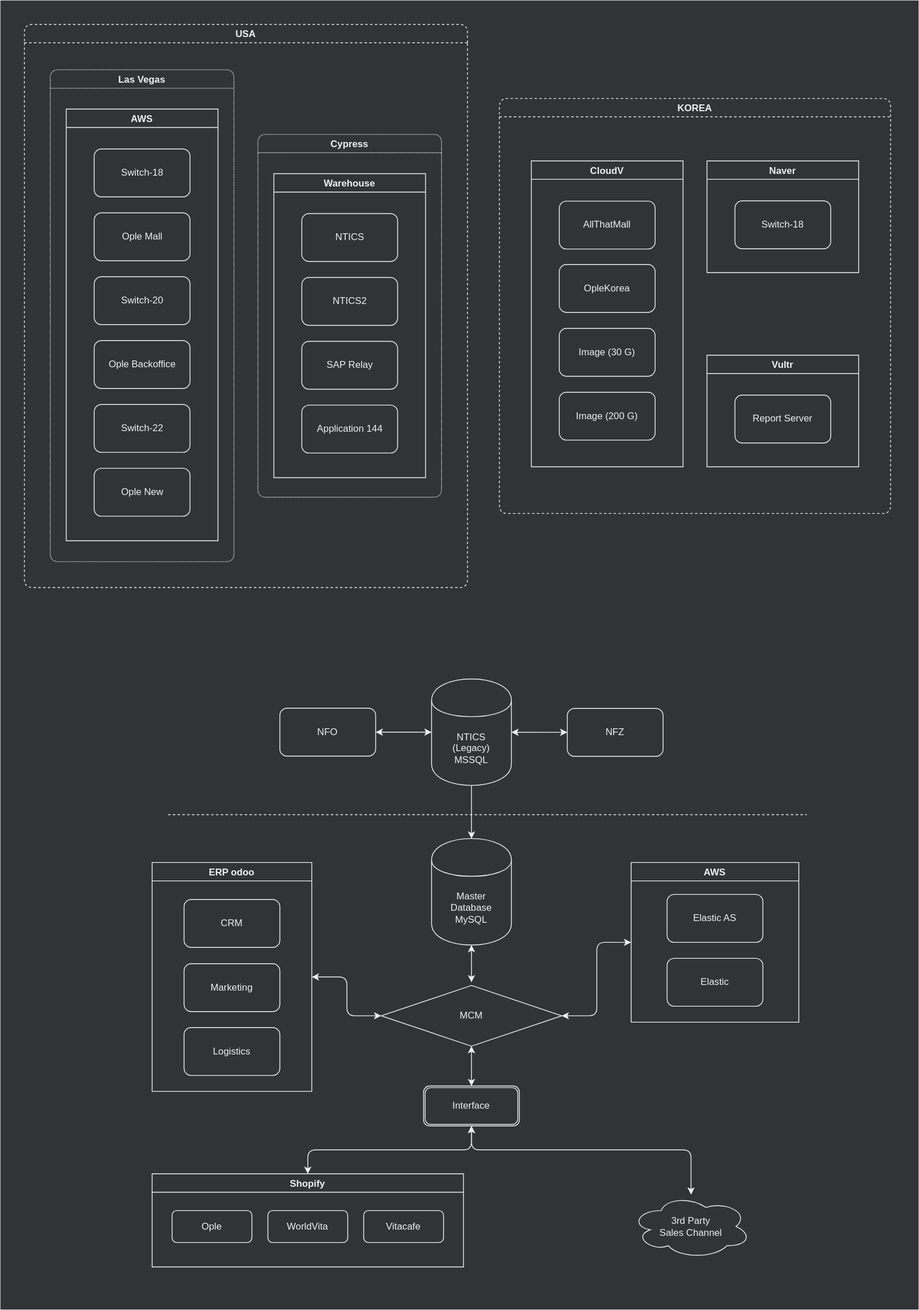
The draw.io diagram assets/.draw.io/network-structure-diagram.svg in jiholee-ntwglobal/jiholee-ntwglobal.github.io, before a commit. Source tidied: cells renumbered, new cells last; positions are measured from the earlier drawing's top-left corner, leaving out a move shared by most shapes.
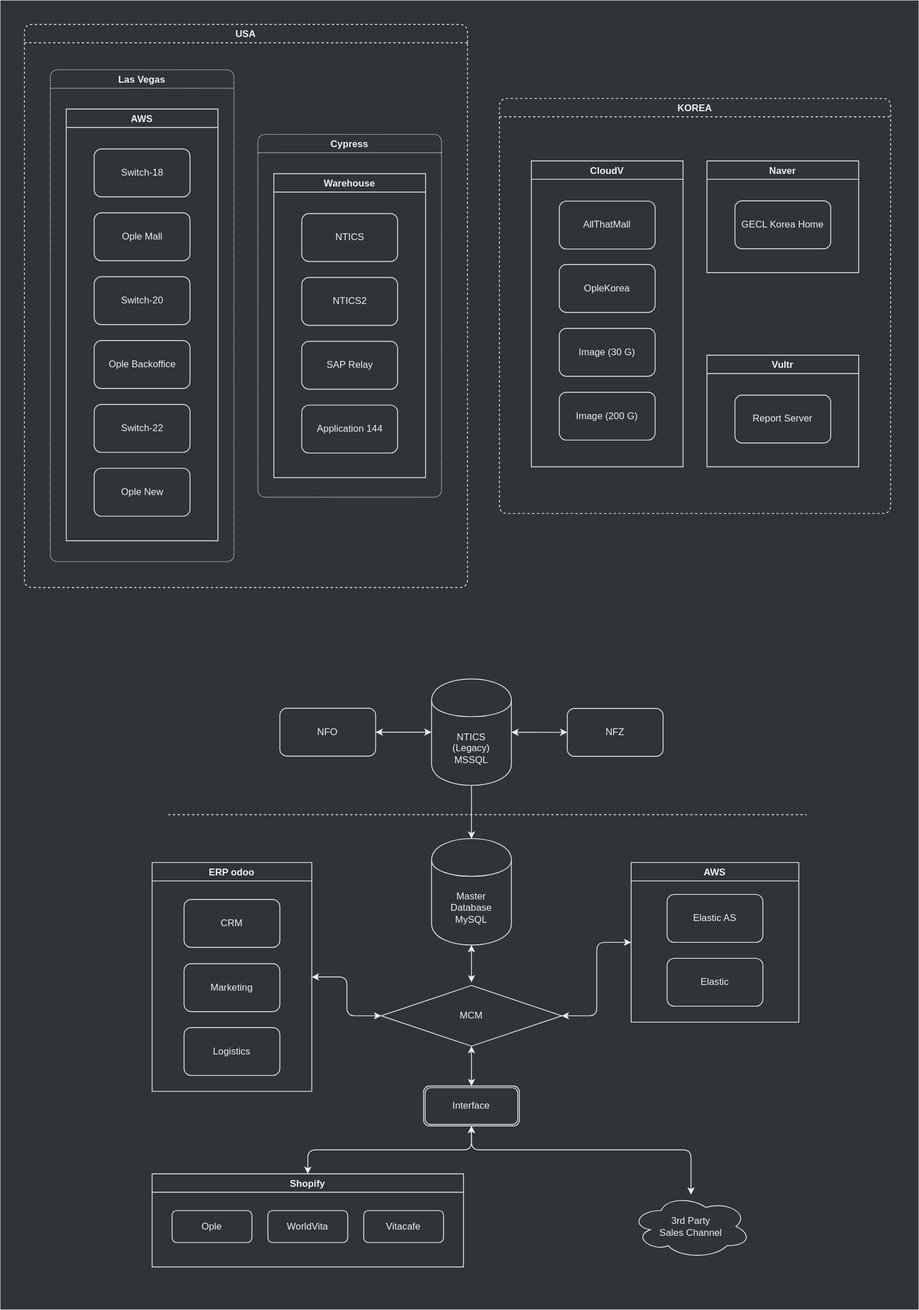
Later version of the same file.

Diff of the diagram source:
```diff
@@ -168,7 +168,7 @@
     <mxCell id="52" value="Naver" style="swimlane;rounded=0;fillColor=none;strokeColor=#F0F0F0;fontColor=#F0F0F0;" parent="46" vertex="1">
       <mxGeometry x="260" y="78.3" width="190" height="139.9" as="geometry" />
     </mxCell>
-    <mxCell id="53" value="Switch-18" style="rounded=1;whiteSpace=wrap;html=1;strokeColor=#F0F0F0;fillColor=none;fontColor=#F0F0F0;" parent="52" vertex="1">
+    <mxCell id="53" value="GECL Korea Home" style="rounded=1;whiteSpace=wrap;html=1;strokeColor=#F0F0F0;fillColor=none;fontColor=#F0F0F0;" parent="52" vertex="1">
       <mxGeometry x="35" y="50" width="120" height="60" as="geometry" />
     </mxCell>
     <mxCell id="54" value="Vultr" style="swimlane;rounded=0;fillColor=none;strokeColor=#F0F0F0;fontColor=#F0F0F0;" parent="46" vertex="1">
```
